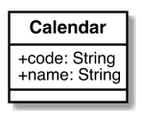
This is images/system.png from CalConnect/csd-calendar-systems, a PlantUML export, as it was before one commit.
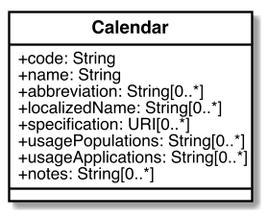
Later version of the same file.

Diff of the diagram source:
```diff
@@ -43,6 +43,12 @@
 class Calendar {
   +code: String
   +name: String
+  +abbreviation: String[0..*]
+  +localizedName: String[0..*]
+  +specification: URI[0..*]
+  +usagePopulations: String[0..*]
+  +usageApplications: String[0..*]
+  +notes: String[0..*]
 }
 
 
```
